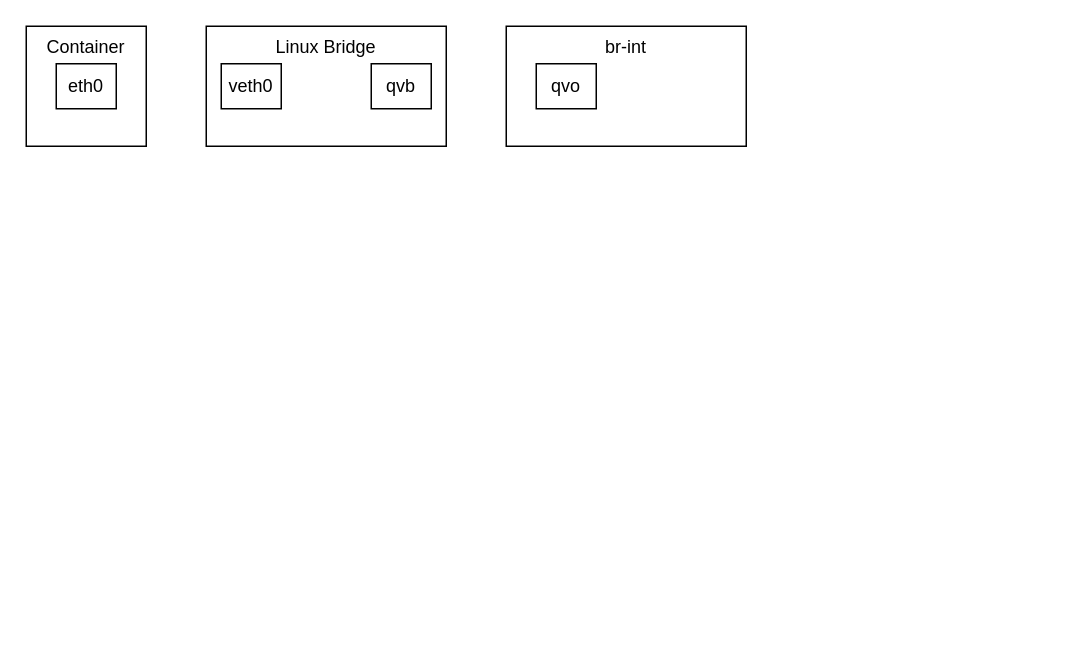
wangkuntian/draw keeps this draw.io diagram as test.drawio. Above is the earlier version. Source tidied: cells renumbered, new cells numbered last; positions are measured from the earlier drawing's top-left corner, leaving out a move shared by most shapes. Both pictures are drawn from the tidied source at 150%, with x=0, y=0 at pixel (26, 26).
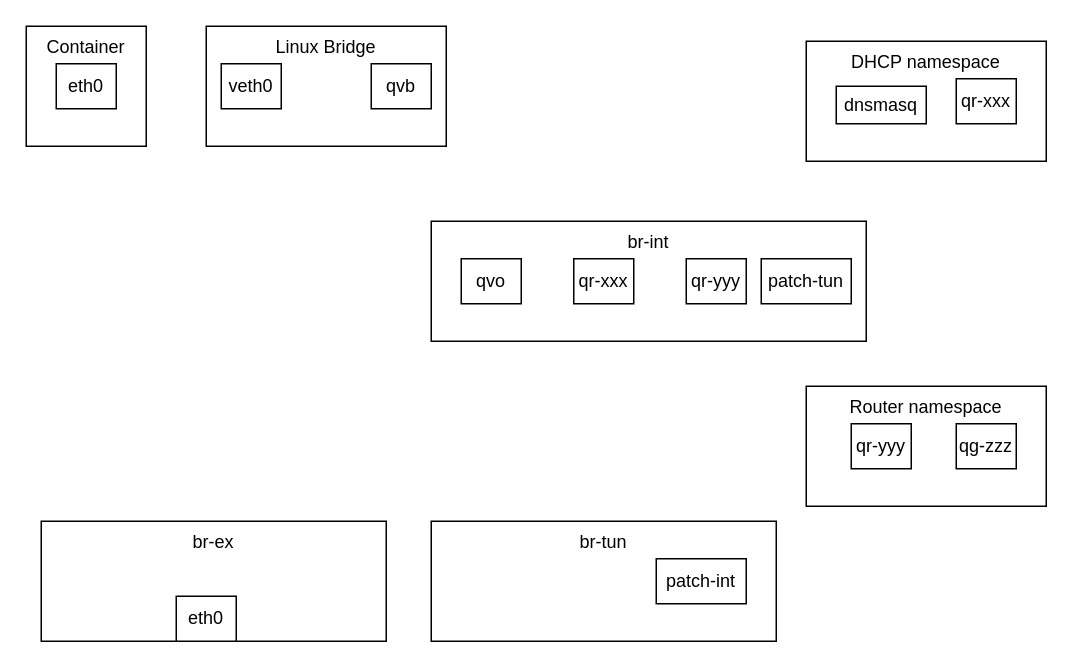
After the change.

Change to the diagram source:
```diff
@@
-    <mxCell id="3" value="&lt;span style=&quot;color: rgba(0, 0, 0, 0); font-family: monospace; font-size: 0px; font-style: normal; font-variant-ligatures: normal; font-variant-caps: normal; font-weight: 400; letter-spacing: normal; orphans: 2; text-align: start; text-indent: 0px; text-transform: none; widows: 2; word-spacing: 0px; -webkit-text-stroke-width: 0px; white-space: nowrap; background-color: rgb(251, 251, 251); text-decoration-thickness: initial; text-decoration-style: initial; text-decoration-color: initial; display: inline !important; float: none;&quot;&gt;&amp;nbsp;&lt;/span&gt;" style="text;whiteSpace=wrap;html=1;" parent="1" vertex="1">
-      <mxGeometry x="550" y="170" width="30" height="40" as="geometry" />
-    </mxCell>
@@
     <mxCell id="8" value="br-int" style="rounded=0;whiteSpace=wrap;html=1;verticalAlign=top;" parent="1" vertex="1">
-      <mxGeometry x="320" width="160" height="80" as="geometry" />
+      <mxGeometry x="270" y="130" width="290" height="80" as="geometry" />
     </mxCell>
     <mxCell id="9" value="qvo" style="rounded=0;whiteSpace=wrap;html=1;" parent="1" vertex="1">
-      <mxGeometry x="340" y="25" width="40" height="30" as="geometry" />
+      <mxGeometry x="290" y="155" width="40" height="30" as="geometry" />
     </mxCell>
+    <mxCell id="10" value="DHCP namespace" style="rounded=0;whiteSpace=wrap;html=1;verticalAlign=top;" parent="1" vertex="1">
+      <mxGeometry x="520" y="10" width="160" height="80" as="geometry" />
+    </mxCell>
+    <mxCell id="11" value="qr-xxx" style="rounded=0;whiteSpace=wrap;html=1;" parent="1" vertex="1">
+      <mxGeometry x="620" y="35" width="40" height="30" as="geometry" />
+    </mxCell>
+    <mxCell id="12" value="qr-xxx" style="rounded=0;whiteSpace=wrap;html=1;" parent="1" vertex="1">
+      <mxGeometry x="365" y="155" width="40" height="30" as="geometry" />
+    </mxCell>
+    <mxCell id="13" value="qr-yyy" style="rounded=0;whiteSpace=wrap;html=1;" parent="1" vertex="1">
+      <mxGeometry x="440" y="155" width="40" height="30" as="geometry" />
+    </mxCell>
+    <mxCell id="14" value="dnsmasq" style="rounded=0;whiteSpace=wrap;html=1;" parent="1" vertex="1">
+      <mxGeometry x="540" y="40" width="60" height="25" as="geometry" />
+    </mxCell>
+    <mxCell id="15" value="Router namespace" style="rounded=0;whiteSpace=wrap;html=1;verticalAlign=top;" parent="1" vertex="1">
+      <mxGeometry x="520" y="240" width="160" height="80" as="geometry" />
+    </mxCell>
+    <mxCell id="16" value="qr-yyy" style="rounded=0;whiteSpace=wrap;html=1;" parent="1" vertex="1">
+      <mxGeometry x="550" y="265" width="40" height="30" as="geometry" />
+    </mxCell>
+    <mxCell id="17" value="qg-zzz" style="rounded=0;whiteSpace=wrap;html=1;" parent="1" vertex="1">
+      <mxGeometry x="620" y="265" width="40" height="30" as="geometry" />
+    </mxCell>
+    <mxCell id="18" value="br-tun&lt;div&gt;&lt;br&gt;&lt;/div&gt;" style="rounded=0;whiteSpace=wrap;html=1;verticalAlign=top;" parent="1" vertex="1">
+      <mxGeometry x="270" y="330" width="230" height="80" as="geometry" />
+    </mxCell>
+    <mxCell id="19" value="br-ex&lt;div&gt;&lt;br&gt;&lt;/div&gt;" style="rounded=0;whiteSpace=wrap;html=1;verticalAlign=top;" parent="1" vertex="1">
+      <mxGeometry x="10" y="330" width="230" height="80" as="geometry" />
+    </mxCell>
+    <mxCell id="20" value="eth0" style="rounded=0;whiteSpace=wrap;html=1;" parent="1" vertex="1">
+      <mxGeometry x="100" y="380" width="40" height="30" as="geometry" />
+    </mxCell>
+    <mxCell id="21" value="patch-int" style="rounded=0;whiteSpace=wrap;html=1;" parent="1" vertex="1">
+      <mxGeometry x="420" y="355" width="60" height="30" as="geometry" />
+    </mxCell>
+    <mxCell id="22" value="patch-tun" style="rounded=0;whiteSpace=wrap;html=1;" parent="1" vertex="1">
+      <mxGeometry x="490" y="155" width="60" height="30" as="geometry" />
+    </mxCell>
```
